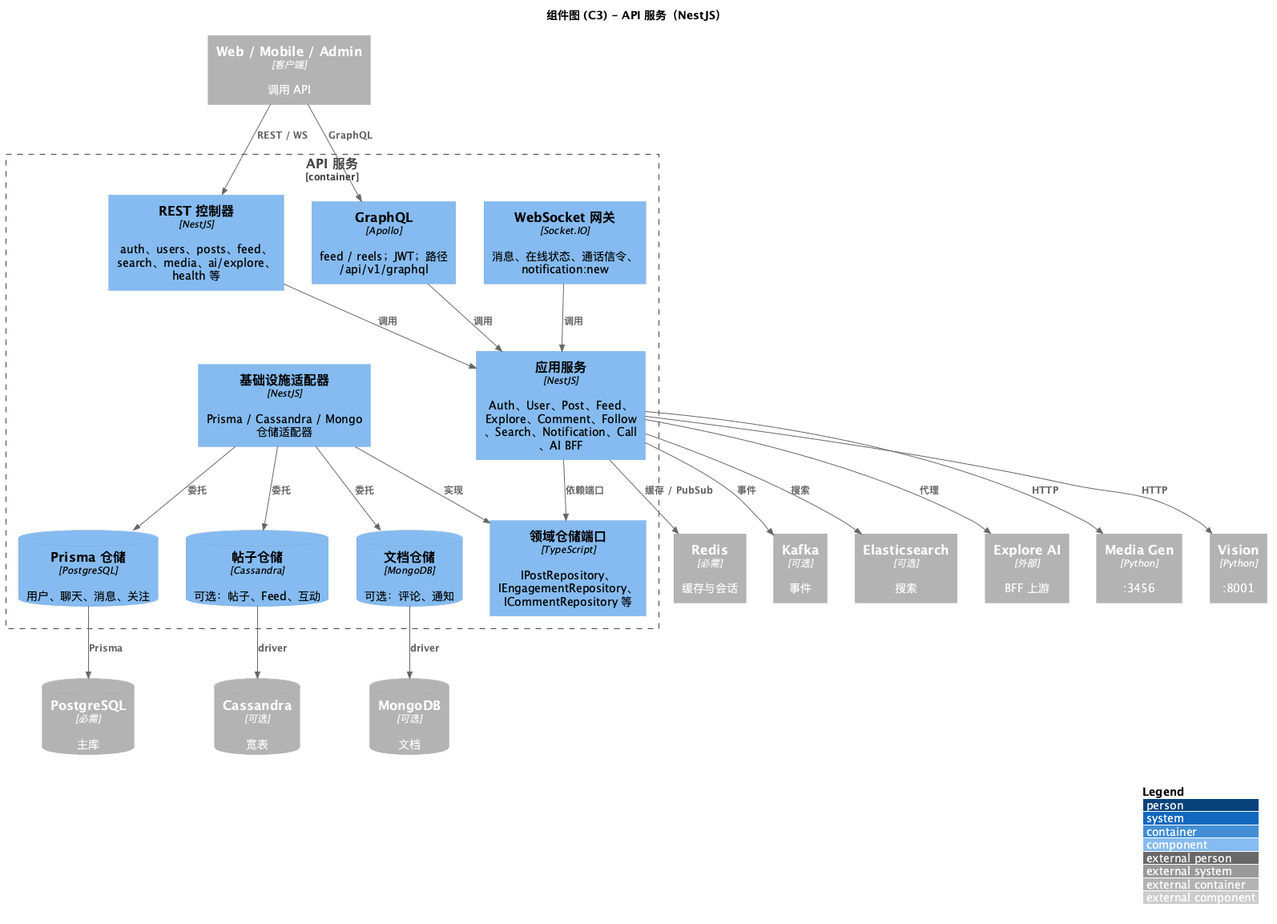
Before: docs/developer/c4-model/png/C3-Component-Backend.png, a diagram exported from PlantUML (felixzhu97/explore-chat).
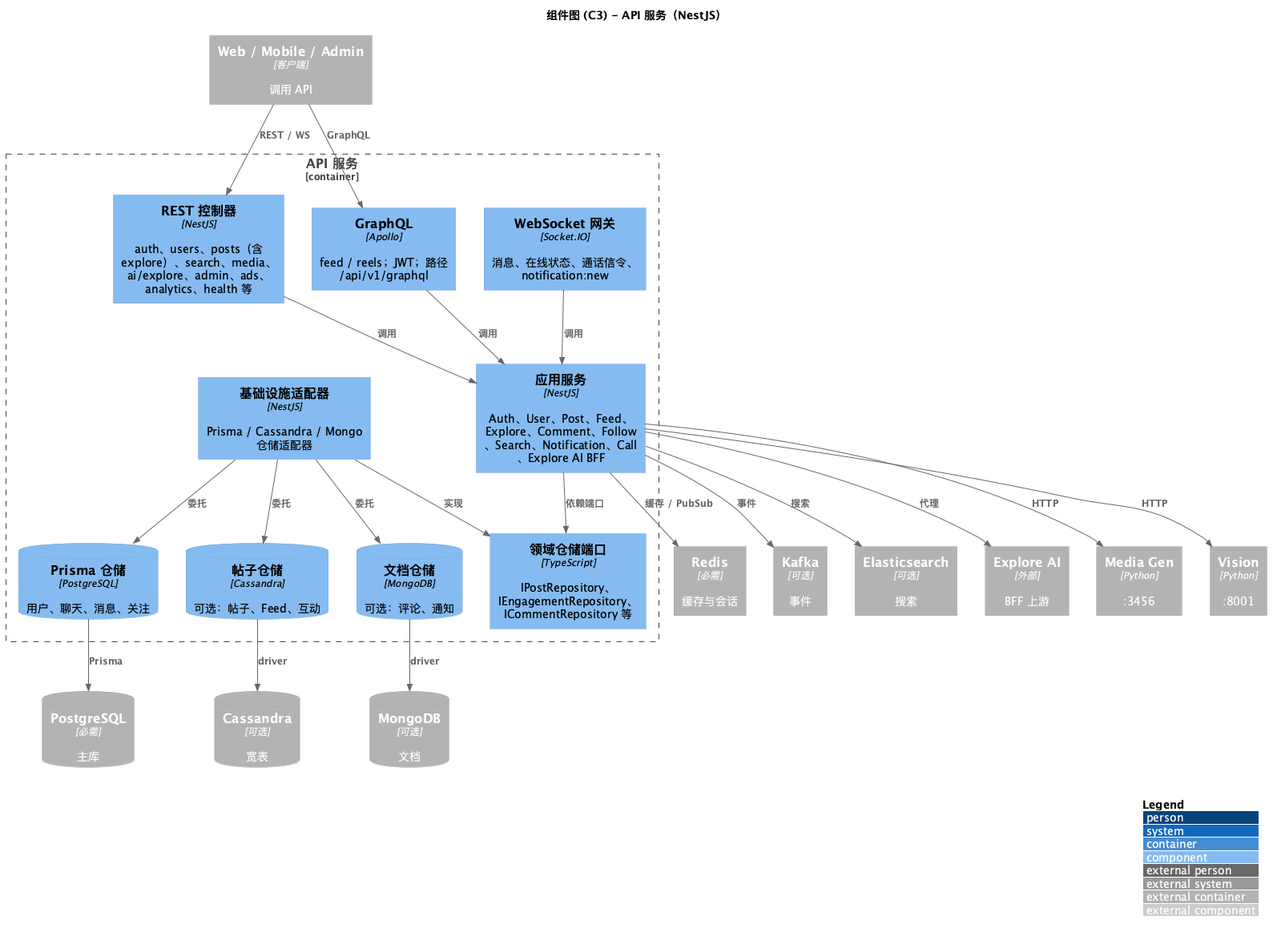
After the commit.

Diff of the diagram source:
```diff
@@ -6,10 +6,10 @@
 title 组件图 (C3) - API 服务（NestJS）
 
 Container_Boundary(api_server, "API 服务") {
-  Component(controllers, "REST 控制器", "NestJS", "auth、users、posts、feed、search、media、ai/explore、health 等")
+  Component(controllers, "REST 控制器", "NestJS", "auth、users、posts（含 explore）、search、media、ai/explore、admin、ads、analytics、health 等")
   Component(graphql_api, "GraphQL", "Apollo", "feed / reels；JWT；路径 /api/v1/graphql")
   Component(websocket, "WebSocket 网关", "Socket.IO", "消息、在线状态、通话信令、notification:new")
-  Component(app_services, "应用服务", "NestJS", "Auth、User、Post、Feed、Explore、Comment、Follow、Search、Notification、Call、AI BFF")
+  Component(app_services, "应用服务", "NestJS", "Auth、User、Post、Feed、Explore、Comment、Follow、Search、Notification、Call、Explore AI BFF")
   Component(domain_ports, "领域仓储端口", "TypeScript", "IPostRepository、IEngagementRepository、ICommentRepository 等")
   Component(infra_adapters, "基础设施适配器", "NestJS", "Prisma / Cassandra / Mongo 仓储适配器")
   ComponentDb(prisma_repo, "Prisma 仓储", "PostgreSQL", "用户、聊天、消息、关注")
```
